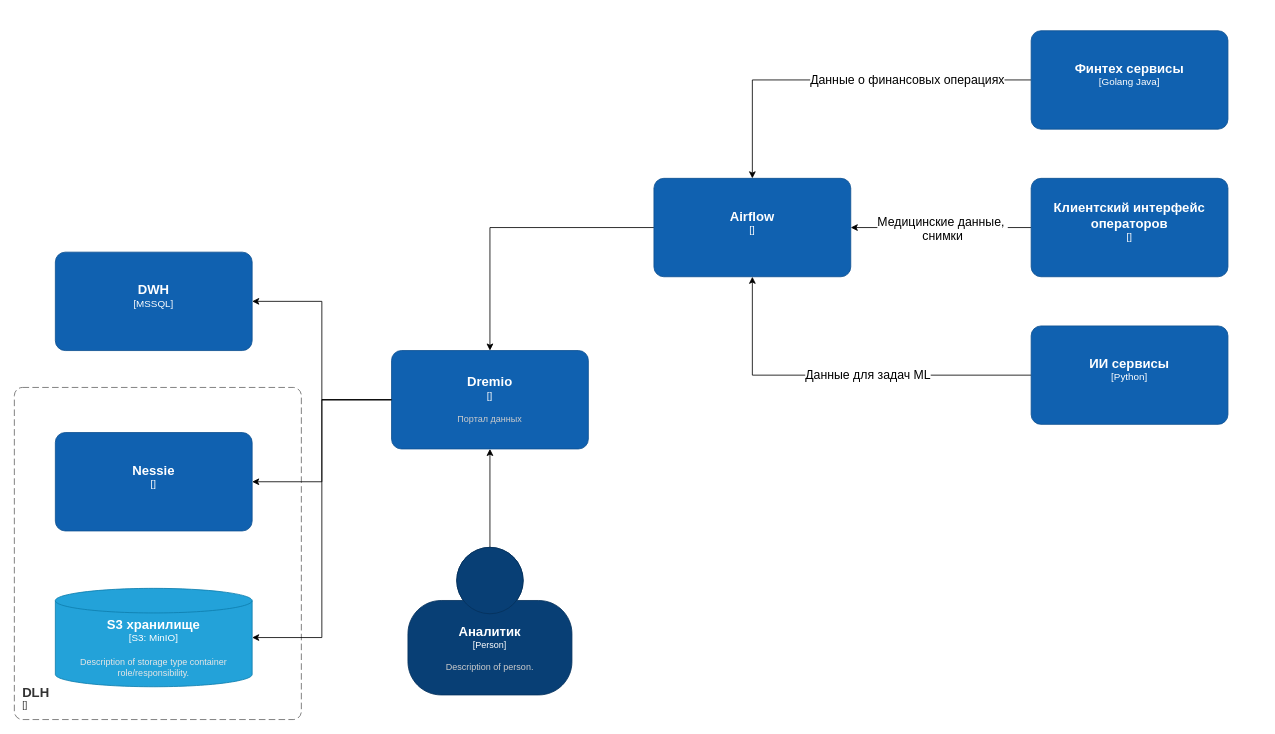
Above: Task1/target-state.drawio in notnullptr-gh/architecture-future_2_0 (draw.io), before the change. Source tidied: cells renumbered, new cells numbered last; positions are measured from the earlier drawing's top-left corner, leaving out a move shared by most shapes. Both pictures are drawn from the tidied source at 82%, with x=0, y=0 at pixel (14, 30).
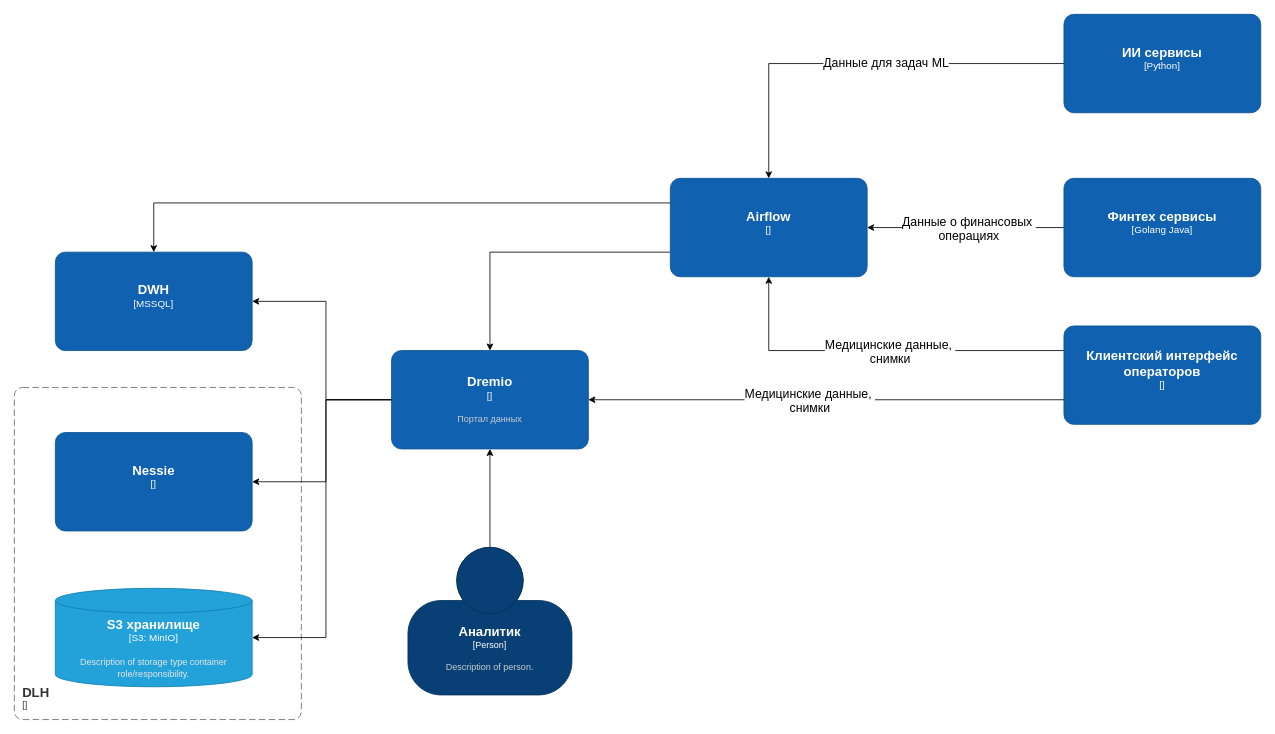
The same page after the edit.

Commit message:
Добавил связь Airflow с DWH. Добавил связь Клиентского интерфейса операторов в Dremio

The change refers to these unchanged cells:
```xml
<object id="4" label="&lt;font style=&quot;font-size: 16px&quot;&gt;&lt;b&gt;%c4Name%&lt;/b&gt;&lt;/font&gt;&lt;div&gt;[%c4Type%]&lt;/div&gt;&lt;br&gt;&lt;div&gt;&lt;font style=&quot;font-size: 11px&quot;&gt;&lt;font color=&quot;#cccccc&quot;&gt;%c4Description%&lt;/font&gt;&lt;/div&gt;" c4Description="" c4Name="DWH" c4Type="MSSQL" placeholders="1">
  <mxCell style="rounded=1;whiteSpace=wrap;html=1;labelBackgroundColor=none;fillColor=#1061B0;fontColor=#ffffff;align=center;arcSize=10;strokeColor=#0D5091;points=[[0.25,0,0],[0.5,0,0],[0.75,0,0],[1,0.25,0],[1,0.5,0],[1,0.75,0],[0.75,1,0],[0.5,1,0],[0.25,1,0],[0,0.75,0],[0,0.5,0],[0,0.25,0]];" parent="1" vertex="1">
    <mxGeometry x="50" y="270" width="240" height="120" as="geometry" />
  </mxCell>
</object>
<object id="6" label="&lt;font style=&quot;font-size: 16px&quot;&gt;&lt;b&gt;%c4Name%&lt;/b&gt;&lt;/font&gt;&lt;div&gt;[%c4Type%]&lt;/div&gt;&lt;br&gt;&lt;div&gt;&lt;font style=&quot;font-size: 11px&quot;&gt;&lt;font color=&quot;#cccccc&quot;&gt;%c4Description%&lt;/font&gt;&lt;/div&gt;" c4Description="Портал данных" c4Name="Dremio" c4Type="" placeholders="1">
  <mxCell style="rounded=1;whiteSpace=wrap;html=1;labelBackgroundColor=none;fillColor=#1061B0;fontColor=#ffffff;align=center;arcSize=10;strokeColor=#0D5091;points=[[0.25,0,0],[0.5,0,0],[0.75,0,0],[1,0.25,0],[1,0.5,0],[1,0.75,0],[0.75,1,0],[0.5,1,0],[0.25,1,0],[0,0.75,0],[0,0.5,0],[0,0.25,0]];" parent="1" vertex="1">
    <mxGeometry x="460" y="390" width="240" height="120" as="geometry" />
  </mxCell>
</object>
<object id="8" label="&lt;font style=&quot;font-size: 16px&quot;&gt;&lt;b&gt;%c4Name%&lt;/b&gt;&lt;/font&gt;&lt;div&gt;[%c4Type%]&lt;/div&gt;&lt;br&gt;&lt;div&gt;&lt;font style=&quot;font-size: 11px&quot;&gt;&lt;font color=&quot;#cccccc&quot;&gt;%c4Description%&lt;/font&gt;&lt;/div&gt;" c4Description="" c4Name="Nessie" c4Type="" placeholders="1">
  <mxCell style="rounded=1;whiteSpace=wrap;html=1;labelBackgroundColor=none;fillColor=#1061B0;fontColor=#ffffff;align=center;arcSize=10;strokeColor=#0D5091;points=[[0.25,0,0],[0.5,0,0],[0.75,0,0],[1,0.25,0],[1,0.5,0],[1,0.75,0],[0.75,1,0],[0.5,1,0],[0.25,1,0],[0,0.75,0],[0,0.5,0],[0,0.25,0]];" parent="1" vertex="1">
    <mxGeometry x="50" y="490" width="240" height="120" as="geometry" />
  </mxCell>
</object>
<object id="9" label="&lt;font style=&quot;font-size: 16px&quot;&gt;&lt;b&gt;%c4Name%&lt;/b&gt;&lt;/font&gt;&lt;div&gt;[%c4Type%:&amp;nbsp;%c4Technology%]&lt;/div&gt;&lt;br&gt;&lt;div&gt;&lt;font style=&quot;font-size: 11px&quot;&gt;&lt;font color=&quot;#E6E6E6&quot;&gt;%c4Description%&lt;/font&gt;&lt;/div&gt;" c4Description="Description of storage type container role/responsibility." c4Name="S3 хранилище" c4Technology="MinIO" c4Type="S3" placeholders="1">
  <mxCell style="shape=cylinder3;size=15;whiteSpace=wrap;html=1;boundedLbl=1;rounded=0;labelBackgroundColor=none;fillColor=#23A2D9;fontSize=12;fontColor=#ffffff;align=center;strokeColor=#0E7DAD;points=[[0.5,0,0],[1,0.25,0],[1,0.5,0],[1,0.75,0],[0.5,1,0],[0,0.75,0],[0,0.5,0],[0,0.25,0]];" parent="1" vertex="1">
    <mxGeometry x="50" y="680" width="240" height="120" as="geometry" />
  </mxCell>
</object>
<mxCell id="17" style="edgeStyle=orthogonalEdgeStyle;rounded=0;jettySize=auto;html=1;" parent="1" edge="1" source="19" target="13">
  <mxGeometry relative="1" as="geometry" />
</mxCell>
```

Diff of the diagram source:
```diff
@@
     <mxCell id="5" style="edgeStyle=orthogonalEdgeStyle;rounded=0;jettySize=auto;html=1;" parent="1" edge="1" source="6" target="4">
-      <mxGeometry relative="1" as="geometry" />
+      <mxGeometry relative="1" as="geometry">
+        <Array as="points">
+          <mxPoint x="380" y="450" />
+          <mxPoint x="380" y="330" />
+        </Array>
+      </mxGeometry>
     </mxCell>
@@
     <mxCell id="10" style="edgeStyle=orthogonalEdgeStyle;rounded=0;jettySize=auto;html=1;entryX=1;entryY=0.5;entryDx=0;entryDy=0;entryPerimeter=0;" parent="1" edge="1" source="6" target="8">
-      <mxGeometry relative="1" as="geometry" />
+      <mxGeometry relative="1" as="geometry">
+        <Array as="points">
+          <mxPoint x="380" y="450" />
+          <mxPoint x="380" y="550" />
+        </Array>
+      </mxGeometry>
     </mxCell>
     <mxCell id="11" style="edgeStyle=orthogonalEdgeStyle;rounded=0;jettySize=auto;html=1;entryX=1;entryY=0.5;entryDx=0;entryDy=0;entryPerimeter=0;" parent="1" edge="1" source="6" target="9">
-      <mxGeometry relative="1" as="geometry" />
+      <mxGeometry relative="1" as="geometry">
+        <Array as="points">
+          <mxPoint x="380" y="450" />
+          <mxPoint x="380" y="740" />
+        </Array>
+      </mxGeometry>
     </mxCell>
-    <mxCell id="12" style="edgeStyle=orthogonalEdgeStyle;rounded=0;jettySize=auto;html=1;" parent="1" edge="1" source="13" target="6">
+    <mxCell id="12" style="edgeStyle=orthogonalEdgeStyle;rounded=0;jettySize=auto;html=1;exitX=0;exitY=0.75;exitDx=0;exitDy=0;exitPerimeter=0;" parent="1" edge="1" source="13" target="6">
       <mxGeometry relative="1" as="geometry" />
     </mxCell>
     <object id="13" label="&lt;font style=&quot;font-size: 16px&quot;&gt;&lt;b&gt;%c4Name%&lt;/b&gt;&lt;/font&gt;&lt;div&gt;[%c4Type%]&lt;/div&gt;&lt;br&gt;&lt;div&gt;&lt;font style=&quot;font-size: 11px&quot;&gt;&lt;font color=&quot;#cccccc&quot;&gt;%c4Description%&lt;/font&gt;&lt;/div&gt;" c4Description="" c4Name="Airflow" c4Type="" placeholders="1">
       <mxCell style="rounded=1;whiteSpace=wrap;html=1;labelBackgroundColor=none;fillColor=#1061B0;fontColor=#ffffff;align=center;arcSize=10;strokeColor=#0D5091;points=[[0.25,0,0],[0.5,0,0],[0.75,0,0],[1,0.25,0],[1,0.5,0],[1,0.75,0],[0.75,1,0],[0.5,1,0],[0.25,1,0],[0,0.75,0],[0,0.5,0],[0,0.25,0]];" parent="1" vertex="1">
-        <mxGeometry x="780" y="180" width="240" height="120" as="geometry" />
+        <mxGeometry x="800" y="180" width="240" height="120" as="geometry" />
       </mxCell>
     </object>
-    <mxCell id="14" style="edgeStyle=orthogonalEdgeStyle;rounded=0;jettySize=auto;html=1;" parent="1" edge="1" source="16" target="13">
+    <mxCell id="14" style="edgeStyle=orthogonalEdgeStyle;rounded=0;jettySize=auto;html=1;exitX=0;exitY=0.25;exitDx=0;exitDy=0;exitPerimeter=0;" parent="1" edge="1" source="16" target="13">
       <mxGeometry relative="1" as="geometry" />
     </mxCell>
@@
     <object id="16" label="&lt;font style=&quot;font-size: 16px&quot;&gt;&lt;b&gt;%c4Name%&lt;/b&gt;&lt;/font&gt;&lt;div&gt;[%c4Type%]&lt;/div&gt;&lt;br&gt;&lt;div&gt;&lt;font style=&quot;font-size: 11px&quot;&gt;&lt;font color=&quot;#cccccc&quot;&gt;%c4Description%&lt;/font&gt;&lt;/div&gt;" c4Description="" c4Name="Клиентский интерфейс операторов" c4Type="" placeholders="1">
       <mxCell style="rounded=1;whiteSpace=wrap;html=1;labelBackgroundColor=none;fillColor=#1061B0;fontColor=#ffffff;align=center;arcSize=10;strokeColor=#0D5091;points=[[0.25,0,0],[0.5,0,0],[0.75,0,0],[1,0.25,0],[1,0.5,0],[1,0.75,0],[0.75,1,0],[0.5,1,0],[0.25,1,0],[0,0.75,0],[0,0.5,0],[0,0.25,0]];" parent="1" vertex="1">
-        <mxGeometry x="1240" y="180" width="240" height="120" as="geometry" />
+        <mxGeometry x="1280" y="360" width="240" height="120" as="geometry" />
       </mxCell>
     </object>
@@
-    <mxCell id="18" value="Данные о финансовых операциях" style="edgeLabel;html=1;align=center;verticalAlign=middle;fontSize=15;" parent="17" vertex="1">
-      <mxGeometry x="-0.34" y="-1" relative="1" as="geometry" />
+    <mxCell id="18" value="Данные о финансовых&amp;nbsp;&lt;div&gt;операциях&lt;/div&gt;" style="edgeLabel;html=1;align=center;verticalAlign=middle;fontSize=15;" parent="17" vertex="1">
+      <mxGeometry x="-0.34" y="-1" relative="1" as="geometry">
+        <mxPoint x="-38" y="1" as="offset" />
+      </mxGeometry>
     </mxCell>
     <object id="19" label="&lt;font style=&quot;font-size: 16px&quot;&gt;&lt;b&gt;%c4Name%&lt;/b&gt;&lt;/font&gt;&lt;div&gt;[%c4Type%]&lt;/div&gt;&lt;br&gt;&lt;div&gt;&lt;font style=&quot;font-size: 11px&quot;&gt;&lt;font color=&quot;#cccccc&quot;&gt;%c4Description%&lt;/font&gt;&lt;/div&gt;" c4Description="" c4Name="Финтех сервисы" c4Type="Golang Java" placeholders="1">
       <mxCell style="rounded=1;whiteSpace=wrap;html=1;labelBackgroundColor=none;fillColor=#1061B0;fontColor=#ffffff;align=center;arcSize=10;strokeColor=#0D5091;points=[[0.25,0,0],[0.5,0,0],[0.75,0,0],[1,0.25,0],[1,0.5,0],[1,0.75,0],[0.75,1,0],[0.5,1,0],[0.25,1,0],[0,0.75,0],[0,0.5,0],[0,0.25,0]];" parent="1" vertex="1">
-        <mxGeometry x="1240" width="240" height="120" as="geometry" />
+        <mxGeometry x="1280" y="180" width="240" height="120" as="geometry" />
       </mxCell>
     </object>
@@
     <object id="22" label="&lt;font style=&quot;font-size: 16px&quot;&gt;&lt;b&gt;%c4Name%&lt;/b&gt;&lt;/font&gt;&lt;div&gt;[%c4Type%]&lt;/div&gt;&lt;br&gt;&lt;div&gt;&lt;font style=&quot;font-size: 11px&quot;&gt;&lt;font color=&quot;#cccccc&quot;&gt;%c4Description%&lt;/font&gt;&lt;/div&gt;" c4Description="" c4Name="ИИ сервисы" c4Type="Python" placeholders="1">
       <mxCell style="rounded=1;whiteSpace=wrap;html=1;labelBackgroundColor=none;fillColor=#1061B0;fontColor=#ffffff;align=center;arcSize=10;strokeColor=#0D5091;points=[[0.25,0,0],[0.5,0,0],[0.75,0,0],[1,0.25,0],[1,0.5,0],[1,0.75,0],[0.75,1,0],[0.5,1,0],[0.25,1,0],[0,0.75,0],[0,0.5,0],[0,0.25,0]];" parent="1" vertex="1">
-        <mxGeometry x="1240" y="360" width="240" height="120" as="geometry" />
+        <mxGeometry x="1280" y="-20" width="240" height="120" as="geometry" />
       </mxCell>
     </object>
+    <mxCell id="23" style="edgeStyle=orthogonalEdgeStyle;rounded=0;jettySize=auto;html=1;exitX=0;exitY=0.75;exitDx=0;exitDy=0;exitPerimeter=0;entryX=1;entryY=0.5;entryDx=0;entryDy=0;entryPerimeter=0;" parent="1" edge="1" source="16" target="6">
+      <mxGeometry relative="1" as="geometry" />
+    </mxCell>
+    <mxCell id="24" value="&lt;font style=&quot;font-size: 15px;&quot;&gt;Медицинские данные,&amp;nbsp;&lt;/font&gt;&lt;div&gt;&lt;font style=&quot;font-size: 15px;&quot;&gt;снимки&lt;/font&gt;&lt;/div&gt;" style="edgeLabel;html=1;align=center;verticalAlign=middle;" parent="23" vertex="1">
+      <mxGeometry x="0.22" y="-1" relative="1" as="geometry">
+        <mxPoint x="43" y="1" as="offset" />
+      </mxGeometry>
+    </mxCell>
+    <mxCell id="25" style="edgeStyle=orthogonalEdgeStyle;rounded=0;jettySize=auto;html=1;entryX=0.5;entryY=0;entryDx=0;entryDy=0;entryPerimeter=0;" parent="1" edge="1" source="13" target="4">
+      <mxGeometry relative="1" as="geometry">
+        <Array as="points">
+          <mxPoint x="170" y="210" />
+        </Array>
+      </mxGeometry>
+    </mxCell>
```
